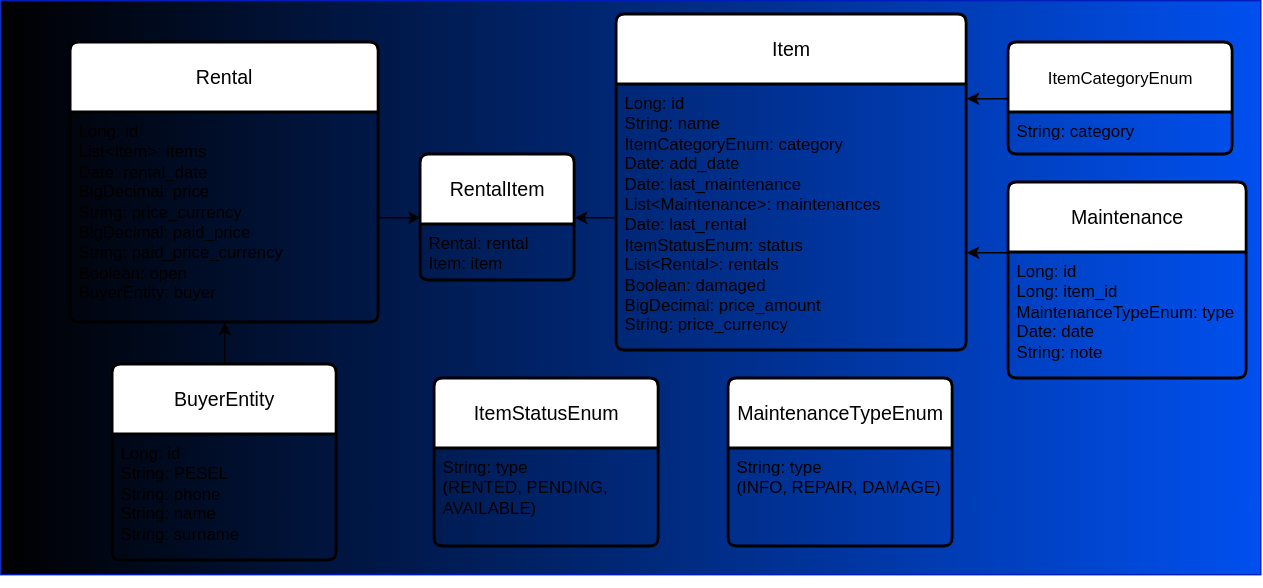
This is HLD/images/database.svg from dawid-poradzinski/RentalManagementApp, a draw.io export, as it was before one commit. Source tidied: cells renumbered, new cells last; positions are measured from the earlier drawing's top-left corner, leaving out a move shared by most shapes.
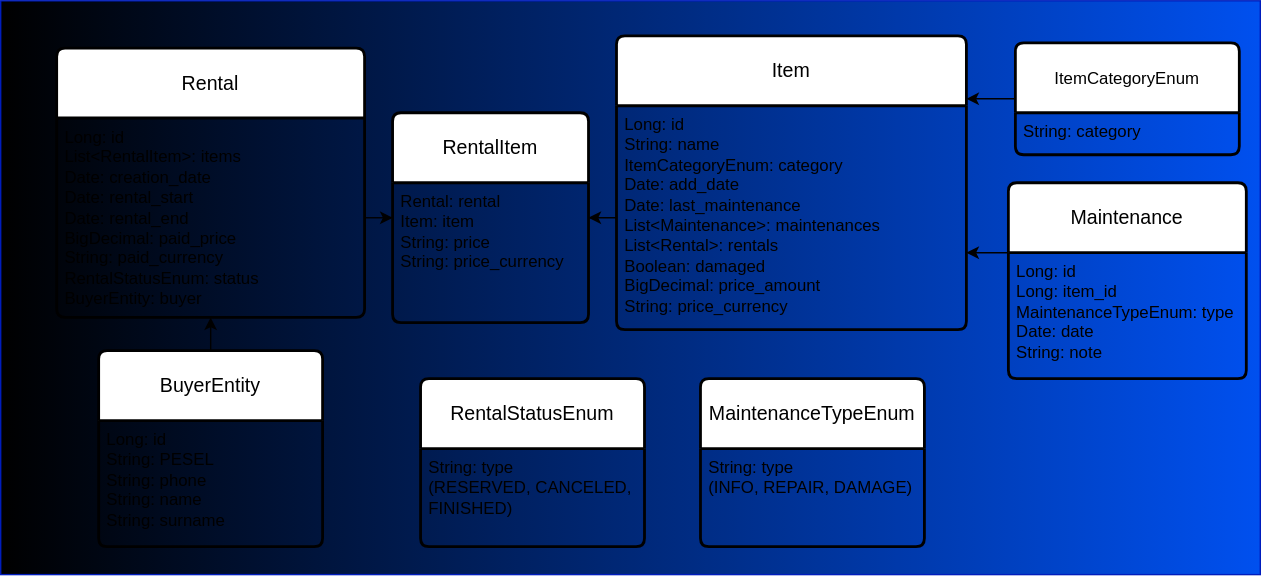
Later version of the same file.

Change to the diagram source:
```diff
@@ -9,16 +9,16 @@
       <mxGeometry width="900" height="410" as="geometry" />
     </mxCell>
     <mxCell id="4" value="&lt;span style=&quot;font-size: 12px; text-align: left;&quot;&gt;ItemCategoryEnum&lt;/span&gt;" style="swimlane;horizontal=1;startSize=50;rounded=1;fontSize=14;fontStyle=0;strokeWidth=2;shadow=0;dashed=0;align=center;arcSize=4;whiteSpace=wrap;html=1;" parent="1" vertex="1">
-      <mxGeometry x="720" y="30" width="160" height="80" as="geometry" />
+      <mxGeometry x="725" y="30" width="160" height="80" as="geometry" />
     </mxCell>
     <mxCell id="5" value="String: category" style="align=left;strokeColor=none;fillColor=none;spacingLeft=4;spacingRight=4;fontSize=12;verticalAlign=top;html=1;whiteSpace=wrap;" parent="4" vertex="1">
       <mxGeometry y="50" width="160" height="30" as="geometry" />
     </mxCell>
     <mxCell id="6" value="Item" style="swimlane;horizontal=1;startSize=50;rounded=1;fontSize=14;fontStyle=0;strokeWidth=2;shadow=0;dashed=0;align=center;arcSize=4;whiteSpace=wrap;html=1;" parent="1" vertex="1">
-      <mxGeometry x="440" y="10" width="250" height="240" as="geometry" />
+      <mxGeometry x="440" y="25" width="250" height="210" as="geometry" />
     </mxCell>
-    <mxCell id="7" value="Long: id&lt;div&gt;String: name&lt;/div&gt;&lt;div&gt;ItemCategoryEnum: category&lt;/div&gt;&lt;div&gt;Date: add_date&lt;/div&gt;&lt;div&gt;Date: last_maintenance&lt;/div&gt;&lt;div&gt;List&amp;lt;Maintenance&amp;gt;: maintenances&lt;/div&gt;&lt;div&gt;Date: last_rental&lt;/div&gt;&lt;div&gt;ItemStatusEnum: status&lt;/div&gt;&lt;div&gt;List&amp;lt;Rental&amp;gt;: rentals&lt;/div&gt;&lt;div&gt;Boolean: damaged&lt;/div&gt;&lt;div&gt;BigDecimal: price_amount&lt;/div&gt;&lt;div&gt;String: price_currency&lt;/div&gt;&lt;div&gt;&lt;br&gt;&lt;/div&gt;" style="align=left;strokeColor=none;fillColor=none;spacingLeft=4;spacingRight=4;fontSize=12;verticalAlign=top;html=1;whiteSpace=wrap;" parent="6" vertex="1">
-      <mxGeometry y="50" width="250" height="190" as="geometry" />
+    <mxCell id="7" value="Long: id&lt;div&gt;String: name&lt;/div&gt;&lt;div&gt;ItemCategoryEnum: category&lt;/div&gt;&lt;div&gt;Date: add_date&lt;/div&gt;&lt;div&gt;Date: last_maintenance&lt;/div&gt;&lt;div&gt;List&amp;lt;Maintenance&amp;gt;: maintenances&lt;/div&gt;&lt;div&gt;List&amp;lt;Rental&amp;gt;: rentals&lt;/div&gt;&lt;div&gt;Boolean: damaged&lt;/div&gt;&lt;div&gt;BigDecimal: price_amount&lt;/div&gt;&lt;div&gt;String: price_currency&lt;/div&gt;&lt;div&gt;&lt;br&gt;&lt;/div&gt;" style="align=left;strokeColor=none;fillColor=none;spacingLeft=4;spacingRight=4;fontSize=12;verticalAlign=top;html=1;whiteSpace=wrap;" parent="6" vertex="1">
+      <mxGeometry y="50" width="250" height="160" as="geometry" />
     </mxCell>
     <mxCell id="8" style="edgeStyle=orthogonalEdgeStyle;rounded=0;orthogonalLoop=1;jettySize=auto;html=1;exitX=0.5;exitY=1;exitDx=0;exitDy=0;" parent="6" edge="1" source="7" target="7">
       <mxGeometry relative="1" as="geometry" />
@@ -30,28 +30,28 @@
       <mxGeometry y="50" width="170" height="90" as="geometry" />
     </mxCell>
     <mxCell id="11" value="MaintenanceTypeEnum" style="swimlane;horizontal=1;startSize=50;rounded=1;fontSize=14;fontStyle=0;strokeWidth=2;shadow=0;dashed=0;align=center;arcSize=4;whiteSpace=wrap;html=1;" parent="1" vertex="1">
-      <mxGeometry x="520" y="270" width="160" height="120" as="geometry" />
+      <mxGeometry x="500" y="270" width="160" height="120" as="geometry" />
     </mxCell>
     <mxCell id="12" value="String: type&lt;br&gt;(INFO, REPAIR, DAMAGE)" style="align=left;strokeColor=none;fillColor=none;spacingLeft=4;spacingRight=4;fontSize=12;verticalAlign=top;html=1;whiteSpace=wrap;" parent="11" vertex="1">
       <mxGeometry y="50" width="160" height="70" as="geometry" />
     </mxCell>
     <mxCell id="13" value="Rental" style="swimlane;horizontal=1;startSize=50;rounded=1;fontSize=14;fontStyle=0;strokeWidth=2;shadow=0;dashed=0;align=center;arcSize=4;whiteSpace=wrap;html=1;" parent="1" vertex="1">
-      <mxGeometry x="50" y="30" width="220" height="200" as="geometry" />
+      <mxGeometry x="40" y="33.8" width="220" height="192.5" as="geometry" />
     </mxCell>
-    <mxCell id="14" value="Long: id&lt;div&gt;List&amp;lt;Item&amp;gt;: items&lt;/div&gt;&lt;div&gt;Date: rental_date&lt;/div&gt;&lt;div&gt;BigDecimal: price&lt;/div&gt;&lt;div&gt;String: price_currency&lt;/div&gt;&lt;div&gt;BigDecimal: paid_price&lt;/div&gt;&lt;div&gt;String: paid_price_currency&lt;/div&gt;&lt;div&gt;Boolean: open&lt;/div&gt;&lt;div&gt;BuyerEntity: buyer&lt;/div&gt;" style="align=left;strokeColor=none;fillColor=none;spacingLeft=4;spacingRight=4;fontSize=12;verticalAlign=top;html=1;whiteSpace=wrap;" parent="13" vertex="1">
-      <mxGeometry y="50" width="220" height="150" as="geometry" />
+    <mxCell id="14" value="Long: id&lt;div&gt;List&amp;lt;RentalItem&amp;gt;: items&lt;/div&gt;&lt;div&gt;Date: creation_date&lt;/div&gt;&lt;div&gt;Date: rental_start&lt;/div&gt;&lt;div&gt;Date: rental_end&lt;/div&gt;&lt;div&gt;BigDecimal: paid_price&lt;/div&gt;&lt;div&gt;String: paid_currency&lt;/div&gt;RentalStatusEnum: status&lt;div&gt;BuyerEntity: buyer&lt;br&gt;&lt;/div&gt;&lt;div&gt;&lt;br&gt;&lt;/div&gt;" style="align=left;strokeColor=none;fillColor=none;spacingLeft=4;spacingRight=4;fontSize=12;verticalAlign=top;html=1;whiteSpace=wrap;" parent="13" vertex="1">
+      <mxGeometry y="50" width="220" height="142.5" as="geometry" />
     </mxCell>
-    <mxCell id="15" value="ItemStatusEnum" style="swimlane;horizontal=1;startSize=50;rounded=1;fontSize=14;fontStyle=0;strokeWidth=2;shadow=0;dashed=0;align=center;arcSize=4;whiteSpace=wrap;html=1;" parent="1" vertex="1">
-      <mxGeometry x="310" y="270" width="160" height="120" as="geometry" />
+    <mxCell id="15" value="RentalStatusEnum" style="swimlane;horizontal=1;startSize=50;rounded=1;fontSize=14;fontStyle=0;strokeWidth=2;shadow=0;dashed=0;align=center;arcSize=4;whiteSpace=wrap;html=1;" parent="1" vertex="1">
+      <mxGeometry x="300" y="270" width="160" height="120" as="geometry" />
     </mxCell>
-    <mxCell id="16" value="String: type&lt;br&gt;(RENTED, PENDING, AVAILABLE)&amp;nbsp;" style="align=left;strokeColor=none;fillColor=none;spacingLeft=4;spacingRight=4;fontSize=12;verticalAlign=top;html=1;whiteSpace=wrap;" parent="15" vertex="1">
+    <mxCell id="16" value="String: type&lt;br&gt;(RESERVED, CANCELED, FINISHED)&amp;nbsp;" style="align=left;strokeColor=none;fillColor=none;spacingLeft=4;spacingRight=4;fontSize=12;verticalAlign=top;html=1;whiteSpace=wrap;" parent="15" vertex="1">
       <mxGeometry y="50" width="160" height="70" as="geometry" />
     </mxCell>
     <mxCell id="17" style="edgeStyle=orthogonalEdgeStyle;rounded=0;jettySize=auto;html=1;entryX=0.5;entryY=1;entryDx=0;entryDy=0;" parent="1" edge="1" source="18" target="14">
       <mxGeometry relative="1" as="geometry" />
     </mxCell>
     <mxCell id="18" value="BuyerEntity" style="swimlane;horizontal=1;startSize=50;rounded=1;fontSize=14;fontStyle=0;strokeWidth=2;shadow=0;dashed=0;align=center;arcSize=4;whiteSpace=wrap;html=1;" parent="1" vertex="1">
-      <mxGeometry x="80" y="260" width="160" height="140" as="geometry" />
+      <mxGeometry x="70" y="250" width="160" height="140" as="geometry" />
     </mxCell>
     <mxCell id="19" value="Long: id&lt;div&gt;String: PESEL&lt;/div&gt;&lt;div&gt;String: phone&lt;br&gt;String: name&lt;br&gt;String: surname&lt;/div&gt;" style="align=left;strokeColor=none;fillColor=none;spacingLeft=4;spacingRight=4;fontSize=12;verticalAlign=top;html=1;whiteSpace=wrap;" parent="18" vertex="1">
       <mxGeometry y="50" width="160" height="90" as="geometry" />
@@ -67,10 +67,10 @@
       </mxGeometry>
     </mxCell>
     <mxCell id="22" value="RentalItem" style="swimlane;horizontal=1;startSize=50;rounded=1;fontSize=14;fontStyle=0;strokeWidth=2;shadow=0;dashed=0;align=center;arcSize=4;whiteSpace=wrap;html=1;" parent="1" vertex="1">
-      <mxGeometry x="300" y="110" width="110" height="90" as="geometry" />
+      <mxGeometry x="280" y="80" width="140" height="150" as="geometry" />
     </mxCell>
-    <mxCell id="23" value="Rental: rental&lt;div&gt;Item: item&lt;/div&gt;" style="align=left;strokeColor=none;fillColor=none;spacingLeft=4;spacingRight=4;fontSize=12;verticalAlign=top;html=1;whiteSpace=wrap;" parent="22" vertex="1">
-      <mxGeometry y="50" width="110" height="40" as="geometry" />
+    <mxCell id="23" value="Rental: rental&lt;div&gt;Item: item&lt;/div&gt;&lt;div&gt;String: price&lt;/div&gt;&lt;div&gt;String: price_currency&lt;/div&gt;" style="align=left;strokeColor=none;fillColor=none;spacingLeft=4;spacingRight=4;fontSize=12;verticalAlign=top;html=1;whiteSpace=wrap;" parent="22" vertex="1">
+      <mxGeometry y="50" width="140" height="100" as="geometry" />
     </mxCell>
     <mxCell id="24" style="edgeStyle=orthogonalEdgeStyle;rounded=0;jettySize=auto;html=1;entryX=1;entryY=0.5;entryDx=0;entryDy=0;" parent="1" edge="1" source="7" target="22">
       <mxGeometry relative="1" as="geometry" />
```
